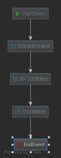
Earlier version of the BPMN export src/main/resources/activiti/holiday.png (cheweiyuan/activiti). Its source is kept beside it as src/main/resources/activiti/holiday.bpmn. Ids are renumbered.
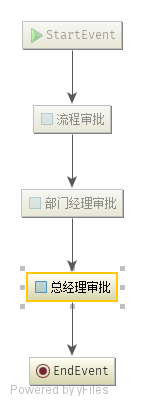
Above is the later version.

Diff of the diagram source:
```diff
@@ -1,71 +1,71 @@
-<definitions xmlns="http://www.omg.org/spec/BPMN/20100524/MODEL" xmlns:activiti="http://activiti.org/bpmn" xmlns:bpmndi="http://www.omg.org/spec/BPMN/20100524/DI" xmlns:omgdc="http://www.omg.org/spec/DD/20100524/DC" xmlns:omgdi="http://www.omg.org/spec/DD/20100524/DI" xmlns:tns="http://www.activiti.org/test" xmlns:xsd="http://www.w3.org/2001/XMLSchema" xmlns:xsi="http://www.w3.org/2001/XMLSchema-instance" expressionLanguage="http://www.w3.org/1999/XPath" id="m1540200341676" name="" targetNamespace="http://www.activiti.org/test" typeLanguage="http://www.w3.org/2001/XMLSchema">
+<definitions xmlns="http://www.omg.org/spec/BPMN/20100524/MODEL" xmlns:activiti="http://activiti.org/bpmn" xmlns:bpmndi="http://www.omg.org/spec/BPMN/20100524/DI" xmlns:omgdc="http://www.omg.org/spec/DD/20100524/DC" xmlns:omgdi="http://www.omg.org/spec/DD/20100524/DI" xmlns:tns="http://www.activiti.org/test" xmlns:xsd="http://www.w3.org/2001/XMLSchema" xmlns:xsi="http://www.w3.org/2001/XMLSchema-instance" expressionLanguage="http://www.w3.org/1999/XPath" id="m1616155503247" name="" targetNamespace="http://www.activiti.org/test" typeLanguage="http://www.w3.org/2001/XMLSchema">
   <process id="holiday" isClosed="false" isExecutable="true" name="请假流程" processType="None">
     <startEvent id="_2" name="StartEvent"/>
-    <userTask activiti:assignee="zhangsan" activiti:exclusive="true" id="_3" name="填写请假申请单"/>
-    <userTask activiti:assignee="wangwu" activiti:exclusive="true" id="_5" name="部门经理审批"/>
-    <endEvent id="_6" name="EndEvent"/>
-    <sequenceFlow id="_7" sourceRef="_2" targetRef="_3"/>
-    <sequenceFlow id="_11" sourceRef="_3" targetRef="_5"/>
-    <userTask activiti:assignee="王五" activiti:exclusive="true" id="_8" name="总经理审批"/>
-    <sequenceFlow id="_9" sourceRef="_5" targetRef="_8"/>
-    <sequenceFlow id="_10" sourceRef="_8" targetRef="_6"/>
+    <userTask activiti:assignee="zhangsan" activiti:exclusive="true" id="_3" name="流程审批"/>
+    <userTask activiti:assignee="lisi" activiti:exclusive="true" id="_4" name="部门经理审批"/>
+    <userTask activiti:assignee="wangwu" activiti:exclusive="true" id="_5" name="总经理审批"/>
+    <sequenceFlow id="_6" sourceRef="_2" targetRef="_3"/>
+    <sequenceFlow id="_7" sourceRef="_3" targetRef="_4"/>
+    <sequenceFlow id="_8" sourceRef="_4" targetRef="_5"/>
+    <endEvent id="_9" name="EndEvent"/>
+    <sequenceFlow id="_10" sourceRef="_5" targetRef="_9"/>
   </process>
   <bpmndi:BPMNDiagram documentation="background=#FFFFFF;count=1;horizontalcount=1;orientation=0;width=842.4;height=1195.2;imageableWidth=832.4;imageableHeight=1185.2;imageableX=5.0;imageableY=5.0" id="Diagram-_1" name="New Diagram">
     <bpmndi:BPMNPlane bpmnElement="holiday">
       <bpmndi:BPMNShape bpmnElement="_2" id="Shape-_2">
-        <omgdc:Bounds height="32.0" width="32.0" x="420.0" y="45.0"/>
+        <omgdc:Bounds height="32.0" width="32.0" x="415.0" y="15.0"/>
         <bpmndi:BPMNLabel>
           <omgdc:Bounds height="32.0" width="32.0" x="0.0" y="0.0"/>
         </bpmndi:BPMNLabel>
       </bpmndi:BPMNShape>
       <bpmndi:BPMNShape bpmnElement="_3" id="Shape-_3">
-        <omgdc:Bounds height="55.0" width="85.0" x="395.0" y="140.0"/>
+        <omgdc:Bounds height="55.0" width="85.0" x="395.0" y="115.0"/>
+        <bpmndi:BPMNLabel>
+          <omgdc:Bounds height="55.0" width="85.0" x="0.0" y="0.0"/>
+        </bpmndi:BPMNLabel>
+      </bpmndi:BPMNShape>
+      <bpmndi:BPMNShape bpmnElement="_4" id="Shape-_4">
+        <omgdc:Bounds height="55.0" width="85.0" x="390.0" y="205.0"/>
         <bpmndi:BPMNLabel>
           <omgdc:Bounds height="55.0" width="85.0" x="0.0" y="0.0"/>
         </bpmndi:BPMNLabel>
       </bpmndi:BPMNShape>
       <bpmndi:BPMNShape bpmnElement="_5" id="Shape-_5">
-        <omgdc:Bounds height="55.0" width="85.0" x="390.0" y="245.0"/>
+        <omgdc:Bounds height="55.0" width="85.0" x="395.0" y="295.0"/>
         <bpmndi:BPMNLabel>
           <omgdc:Bounds height="55.0" width="85.0" x="0.0" y="0.0"/>
         </bpmndi:BPMNLabel>
       </bpmndi:BPMNShape>
-      <bpmndi:BPMNShape bpmnElement="_6" id="Shape-_6">
-        <omgdc:Bounds height="32.0" width="32.0" x="415.0" y="425.0"/>
+      <bpmndi:BPMNShape bpmnElement="_9" id="Shape-_9">
+        <omgdc:Bounds height="32.0" width="32.0" x="425.0" y="390.0"/>
         <bpmndi:BPMNLabel>
           <omgdc:Bounds height="32.0" width="32.0" x="0.0" y="0.0"/>
         </bpmndi:BPMNLabel>
       </bpmndi:BPMNShape>
-      <bpmndi:BPMNShape bpmnElement="_8" id="Shape-_8">
-        <omgdc:Bounds height="55.0" width="85.0" x="390.0" y="330.0"/>
-        <bpmndi:BPMNLabel>
-          <omgdc:Bounds height="55.0" width="85.0" x="0.0" y="0.0"/>
-        </bpmndi:BPMNLabel>
-      </bpmndi:BPMNShape>
-      <bpmndi:BPMNEdge bpmnElement="_7" id="BPMNEdge__7" sourceElement="_2" targetElement="_3">
-        <omgdi:waypoint x="436.0" y="77.0"/>
-        <omgdi:waypoint x="436.0" y="140.0"/>
+      <bpmndi:BPMNEdge bpmnElement="_6" id="BPMNEdge__6" sourceElement="_2" targetElement="_3">
+        <omgdi:waypoint x="431.0" y="47.0"/>
+        <omgdi:waypoint x="431.0" y="115.0"/>
         <bpmndi:BPMNLabel>
           <omgdc:Bounds height="0.0" width="0.0" x="0.0" y="0.0"/>
         </bpmndi:BPMNLabel>
       </bpmndi:BPMNEdge>
-      <bpmndi:BPMNEdge bpmnElement="_9" id="BPMNEdge__9" sourceElement="_5" targetElement="_8">
-        <omgdi:waypoint x="432.5" y="300.0"/>
-        <omgdi:waypoint x="432.5" y="330.0"/>
+      <bpmndi:BPMNEdge bpmnElement="_7" id="BPMNEdge__7" sourceElement="_3" targetElement="_4">
+        <omgdi:waypoint x="435.0" y="170.0"/>
+        <omgdi:waypoint x="435.0" y="205.0"/>
         <bpmndi:BPMNLabel>
           <omgdc:Bounds height="0.0" width="0.0" x="0.0" y="0.0"/>
         </bpmndi:BPMNLabel>
       </bpmndi:BPMNEdge>
-      <bpmndi:BPMNEdge bpmnElement="_11" id="BPMNEdge__11" sourceElement="_3" targetElement="_5">
-        <omgdi:waypoint x="435.0" y="195.0"/>
-        <omgdi:waypoint x="435.0" y="245.0"/>
+      <bpmndi:BPMNEdge bpmnElement="_8" id="BPMNEdge__8" sourceElement="_4" targetElement="_5">
+        <omgdi:waypoint x="435.0" y="260.0"/>
+        <omgdi:waypoint x="435.0" y="295.0"/>
         <bpmndi:BPMNLabel>
           <omgdc:Bounds height="0.0" width="0.0" x="0.0" y="0.0"/>
         </bpmndi:BPMNLabel>
       </bpmndi:BPMNEdge>
-      <bpmndi:BPMNEdge bpmnElement="_10" id="BPMNEdge__10" sourceElement="_8" targetElement="_6">
-        <omgdi:waypoint x="431.0" y="385.0"/>
-        <omgdi:waypoint x="431.0" y="425.0"/>
+      <bpmndi:BPMNEdge bpmnElement="_10" id="BPMNEdge__10" sourceElement="_5" targetElement="_9">
+        <omgdi:waypoint x="441.0" y="350.0"/>
+        <omgdi:waypoint x="441.0" y="390.0"/>
         <bpmndi:BPMNLabel>
           <omgdc:Bounds height="0.0" width="0.0" x="0.0" y="0.0"/>
         </bpmndi:BPMNLabel>
```
